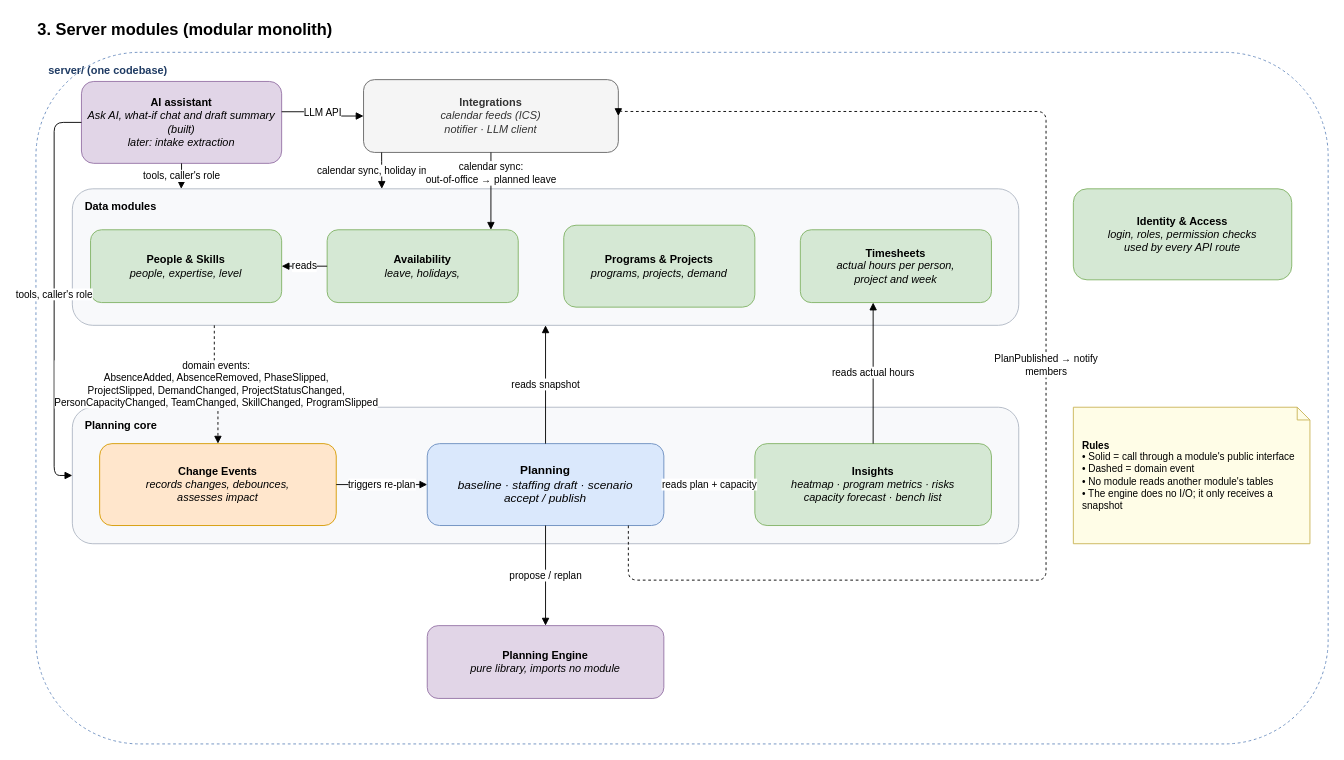
The draw.io diagram page "3. Server modules" (3 of 9) of docs/architecture.drawio in dophnamm/the-slot-finder, before the edit. Source tidied: cells renumbered, new cells numbered last; positions are measured from the earlier drawing's top-left corner, leaving out a move shared by most shapes. Both pictures are drawn from the tidied source at 91%, with x=0, y=0 at pixel (35, 15).
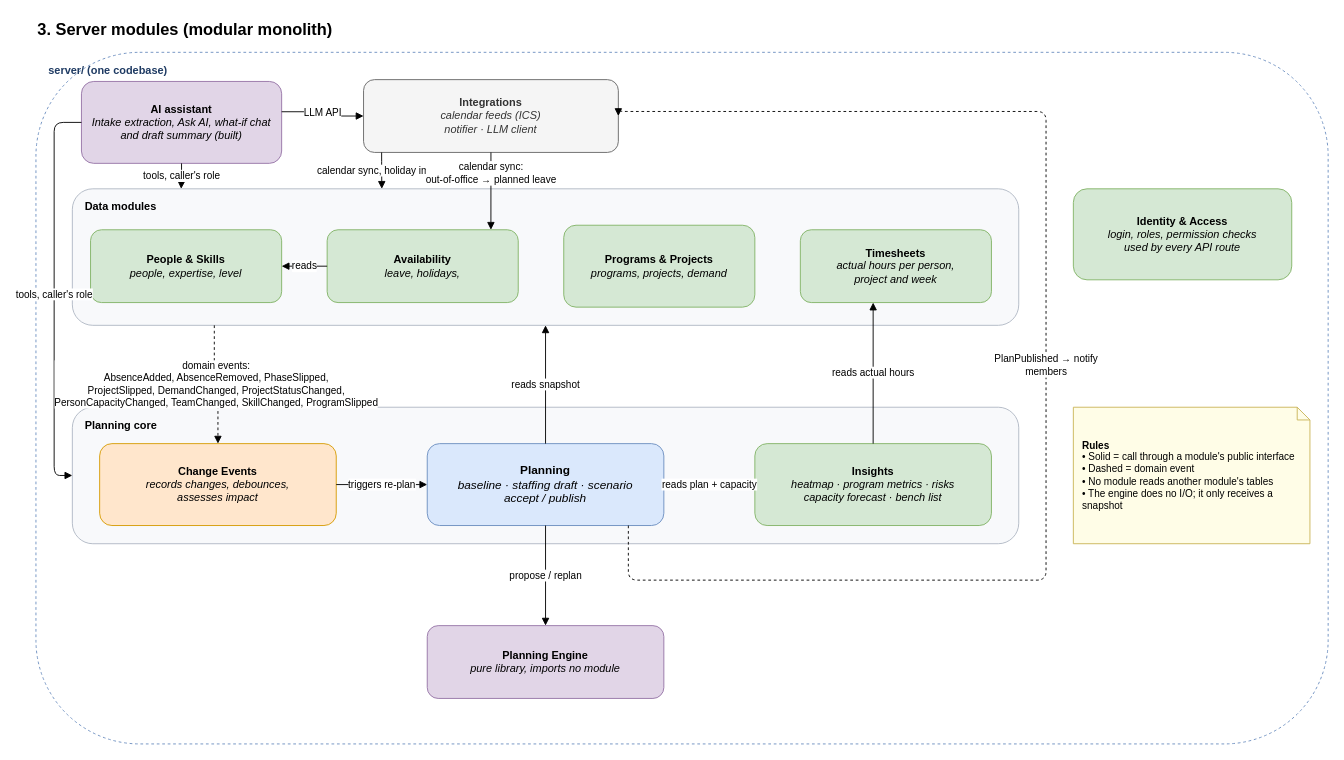
After the change.

Commit message (it also covers changes not shown here):
docs: describe the intake extraction

The edit, as a diff of the source:
```diff
@@
-    <mxCell id="5" value="&lt;b&gt;AI assistant&lt;/b&gt;&lt;br&gt;&lt;i&gt;Ask AI, what-if chat and draft summary (built)&lt;br&gt;later: intake extraction&lt;/i&gt;" style="rounded=1;whiteSpace=wrap;html=1;fillColor=#e1d5e7;strokeColor=#9673a6;" parent="1" vertex="1">
+    <mxCell id="5" value="&lt;b&gt;AI assistant&lt;/b&gt;&lt;br&gt;&lt;i&gt;Intake extraction, Ask AI, what-if chat and draft summary (built)&lt;/i&gt;" style="rounded=1;whiteSpace=wrap;html=1;fillColor=#e1d5e7;strokeColor=#9673a6;" parent="1" vertex="1">
       <mxGeometry x="50" y="72" width="220" height="90" as="geometry" />
     </mxCell>
```
